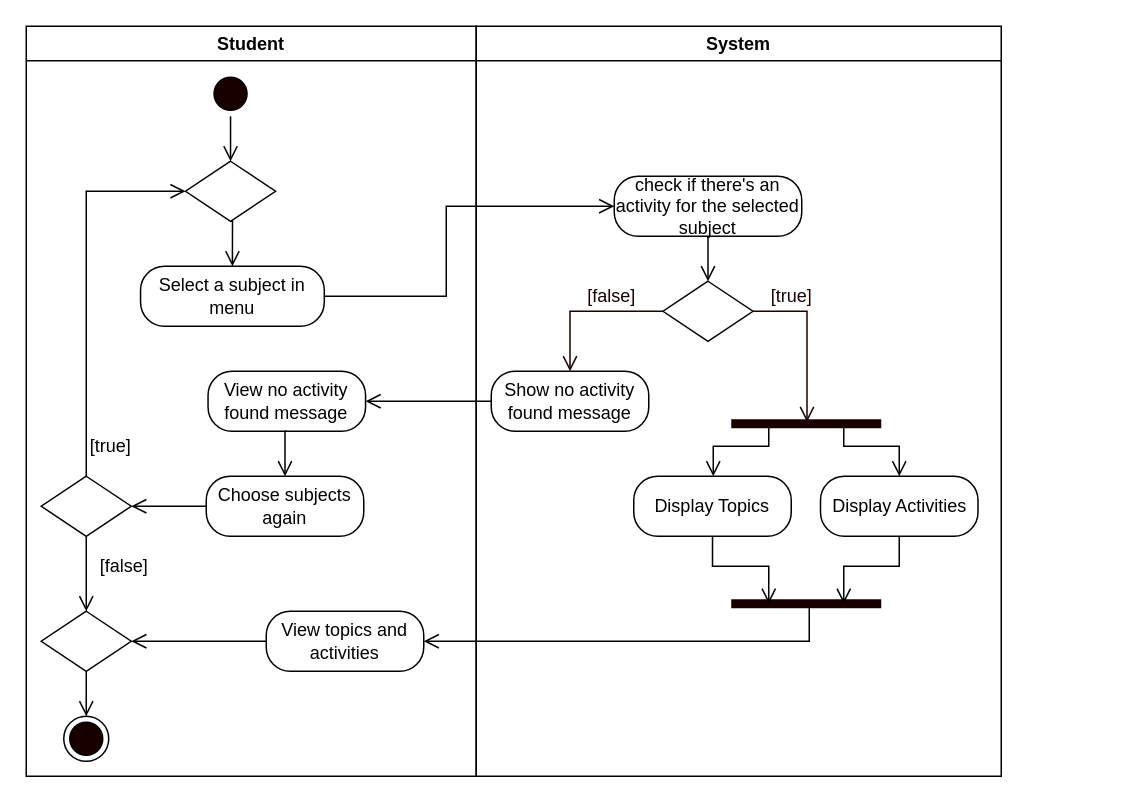
Before: page "Open Subjects" (1 of 7) of REVISIONS/UML-DIAGRAMS/7-04-2021/ACTIVITY DIAGRAM/ACTIVITY DIAGRAM3.drawio in mrklglsn/CAPSTONE-FILES, a draw.io diagram. Source tidied: cells renumbered, new cells numbered last; positions are measured from the earlier drawing's top-left corner, leaving out a move shared by most shapes. Both pictures are drawn from the tidied source at 150%, with x=0, y=0 at pixel (26, 26).
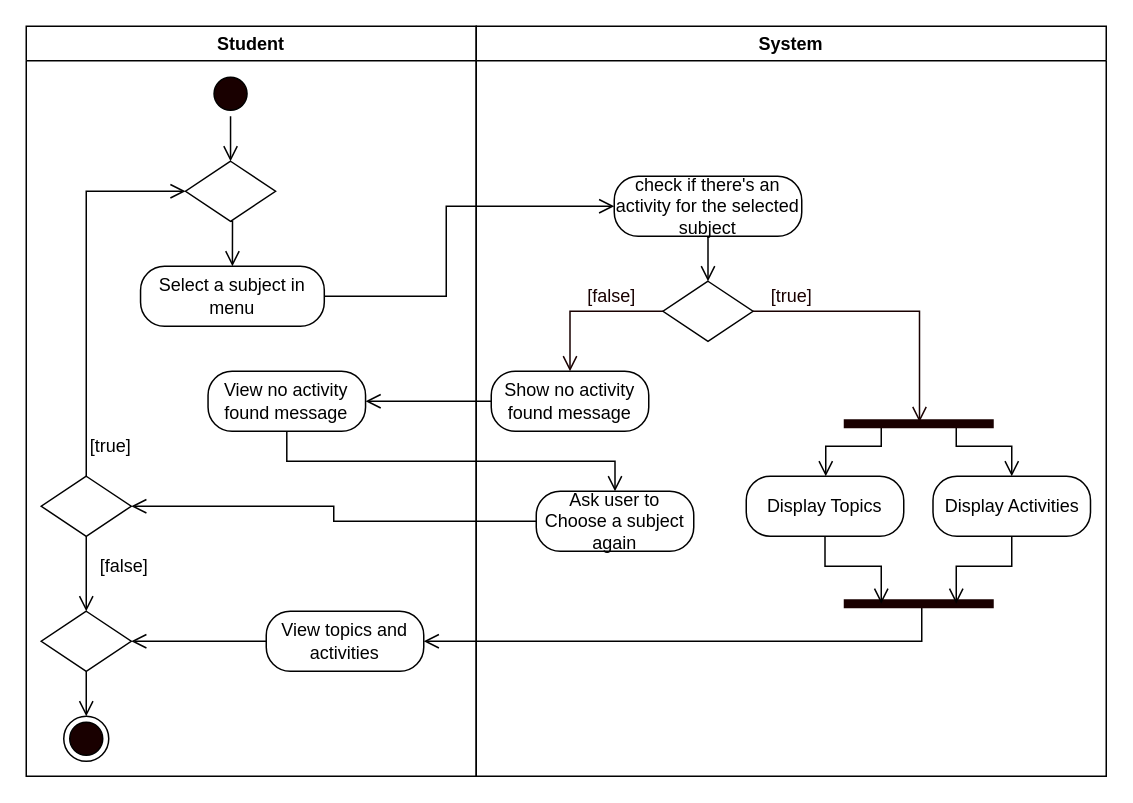
After the change.

Unchanged cells that the change refers to:
```xml
<mxCell id="12" value="View topics and activities" style="rounded=1;whiteSpace=wrap;html=1;arcSize=40;" parent="2" vertex="1">
  <mxGeometry x="160" y="390" width="105" height="40" as="geometry" />
</mxCell>
```

Diff of the diagram source:
```diff
@@
     <mxCell id="19" value="System" style="swimlane;" parent="1" vertex="1">
-      <mxGeometry x="300" width="350" height="500" as="geometry" />
+      <mxGeometry x="300" width="420" height="500" as="geometry" />
     </mxCell>
@@
     <mxCell id="26" style="edgeStyle=orthogonalEdgeStyle;rounded=0;jettySize=auto;html=1;exitX=0.75;exitY=0.5;exitDx=0;exitDy=0;exitPerimeter=0;entryX=0.5;entryY=0;entryDx=0;entryDy=0;endArrow=open;endFill=0;endSize=8;" parent="19" edge="1" source="28" target="30">
       <mxGeometry relative="1" as="geometry">
         <Array as="points">
-          <mxPoint x="245" y="280" />
-          <mxPoint x="282" y="280" />
+          <mxPoint x="320" y="280" />
+          <mxPoint x="357" y="280" />
         </Array>
       </mxGeometry>
     </mxCell>
     <mxCell id="27" style="edgeStyle=orthogonalEdgeStyle;rounded=0;jettySize=auto;html=1;exitX=0.25;exitY=0.5;exitDx=0;exitDy=0;exitPerimeter=0;endArrow=open;endFill=0;endSize=8;" parent="19" edge="1" source="28" target="29">
       <mxGeometry relative="1" as="geometry">
         <Array as="points">
-          <mxPoint x="195" y="280" />
-          <mxPoint x="158" y="280" />
+          <mxPoint x="270" y="280" />
+          <mxPoint x="233" y="280" />
         </Array>
       </mxGeometry>
     </mxCell>
     <mxCell id="28" style="shape=line;html=1;strokeWidth=6;strokeColor=#190000;" parent="19" vertex="1">
-      <mxGeometry x="170" y="260" width="100" height="10" as="geometry" />
+      <mxGeometry x="245" y="260" width="100" height="10" as="geometry" />
     </mxCell>
     <mxCell id="29" value="Display Topics" style="rounded=1;whiteSpace=wrap;html=1;arcSize=40;" parent="19" vertex="1">
-      <mxGeometry x="105" y="300" width="105" height="40" as="geometry" />
+      <mxGeometry x="180" y="300" width="105" height="40" as="geometry" />
     </mxCell>
     <mxCell id="30" value="Display Activities" style="rounded=1;whiteSpace=wrap;html=1;arcSize=40;" parent="19" vertex="1">
-      <mxGeometry x="229.5" y="300" width="105" height="40" as="geometry" />
+      <mxGeometry x="304.5" y="300" width="105" height="40" as="geometry" />
     </mxCell>
@@
+    <mxCell id="39" value="Ask user to Choose a subject again" style="rounded=1;whiteSpace=wrap;html=1;arcSize=40;" parent="19" vertex="1">
+      <mxGeometry x="40" y="310" width="105" height="40" as="geometry" />
+    </mxCell>
@@
     <mxCell id="34" style="edgeStyle=orthogonalEdgeStyle;rounded=0;jettySize=auto;html=1;exitX=0.52;exitY=0.7;exitDx=0;exitDy=0;exitPerimeter=0;entryX=1;entryY=0.5;entryDx=0;entryDy=0;endArrow=open;endFill=0;endSize=8;" parent="1" edge="1" source="35" target="12">
       <mxGeometry relative="1" as="geometry">
         <Array as="points">
-          <mxPoint x="522" y="410" />
+          <mxPoint x="597" y="410" />
         </Array>
       </mxGeometry>
     </mxCell>
     <mxCell id="35" style="shape=line;html=1;strokeWidth=6;strokeColor=#190000;" parent="1" vertex="1">
-      <mxGeometry x="470" y="380" width="100" height="10" as="geometry" />
+      <mxGeometry x="545" y="380" width="100" height="10" as="geometry" />
     </mxCell>
@@
-    <mxCell id="39" value="Choose subjects again" style="rounded=1;whiteSpace=wrap;html=1;arcSize=40;" parent="1" vertex="1">
-      <mxGeometry x="120" y="300" width="105" height="40" as="geometry" />
-    </mxCell>
```
